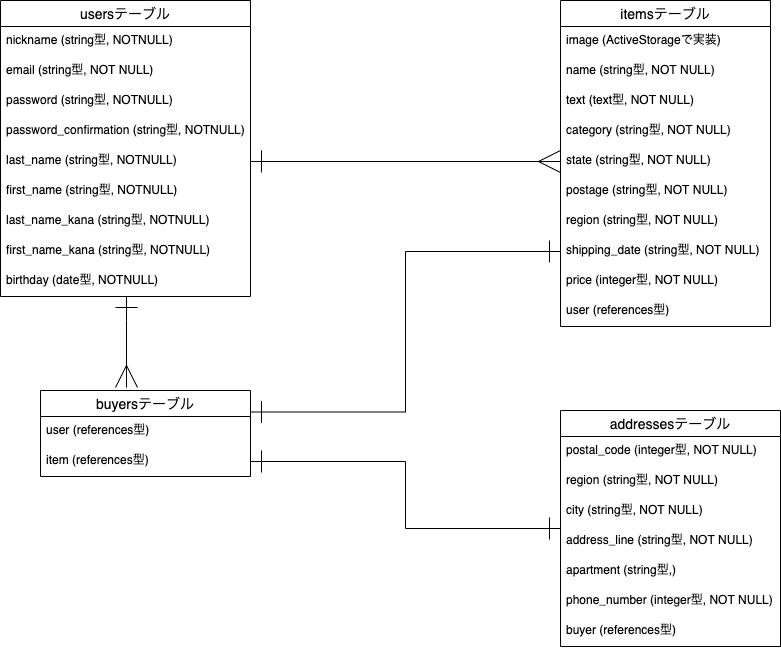
This is .drawio.png from ginpen1/furima-34780, a draw.io export, as it was before one commit. Source tidied: cells renumbered, new cells last; positions are measured from the earlier drawing's top-left corner, leaving out a move shared by most shapes.
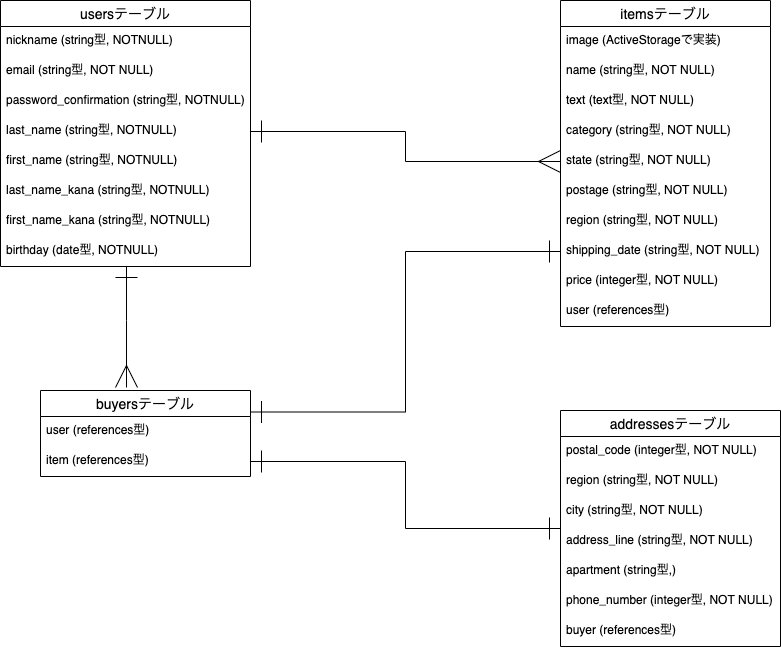
The same file after the commit.

Commit message:
passwordカラムをencrypted_passwordカラムに変更

Diff of the diagram source:
```diff
@@ -12,7 +12,7 @@
       </mxGeometry>
     </mxCell>
     <mxCell id="3" value="usersテーブル" style="swimlane;fontStyle=0;horizontal=1;startSize=26;align=center;fontSize=14;" parent="1" vertex="1">
-      <mxGeometry width="250" height="296" as="geometry" />
+      <mxGeometry width="250" height="266" as="geometry" />
     </mxCell>
     <mxCell id="4" value="nickname (string型, NOTNULL)" style="text;strokeColor=none;fillColor=none;spacingLeft=4;spacingRight=4;overflow=hidden;fontSize=12;" parent="3" vertex="1">
       <mxGeometry y="26" width="250" height="30" as="geometry" />
@@ -20,26 +20,23 @@
     <mxCell id="5" value="email (string型, NOT NULL)" style="text;strokeColor=none;fillColor=none;spacingLeft=4;spacingRight=4;overflow=hidden;fontSize=12;" parent="3" vertex="1">
       <mxGeometry y="56" width="250" height="30" as="geometry" />
     </mxCell>
-    <mxCell id="6" value="password (string型, NOTNULL)" style="text;strokeColor=none;fillColor=none;spacingLeft=4;spacingRight=4;overflow=hidden;fontSize=12;" parent="3" vertex="1">
-      <mxGeometry y="86" width="250" height="30" as="geometry" />
-    </mxCell>
     <mxCell id="7" value="password_confirmation (string型, NOTNULL)" style="text;strokeColor=none;fillColor=none;spacingLeft=4;spacingRight=4;overflow=hidden;fontSize=12;" parent="3" vertex="1">
-      <mxGeometry y="116" width="250" height="30" as="geometry" />
+      <mxGeometry y="86" width="250" height="30" as="geometry" />
     </mxCell>
     <mxCell id="8" value="last_name (string型, NOTNULL)" style="text;strokeColor=none;fillColor=none;spacingLeft=4;spacingRight=4;overflow=hidden;points=[[0,0.5],[1,0.5]];portConstraint=eastwest;fontSize=12;" parent="3" vertex="1">
-      <mxGeometry y="146" width="250" height="30" as="geometry" />
+      <mxGeometry y="116" width="250" height="30" as="geometry" />
     </mxCell>
     <mxCell id="9" value="first_name (string型, NOTNULL)" style="text;strokeColor=none;fillColor=none;spacingLeft=4;spacingRight=4;overflow=hidden;fontSize=12;" parent="3" vertex="1">
-      <mxGeometry y="176" width="250" height="30" as="geometry" />
+      <mxGeometry y="146" width="250" height="30" as="geometry" />
     </mxCell>
     <mxCell id="10" value="last_name_kana (string型, NOTNULL)" style="text;strokeColor=none;fillColor=none;spacingLeft=4;spacingRight=4;overflow=hidden;fontSize=12;" parent="3" vertex="1">
-      <mxGeometry y="206" width="250" height="30" as="geometry" />
+      <mxGeometry y="176" width="250" height="30" as="geometry" />
     </mxCell>
     <mxCell id="11" value="first_name_kana (string型, NOTNULL)" style="text;strokeColor=none;fillColor=none;spacingLeft=4;spacingRight=4;overflow=hidden;fontSize=12;" parent="3" vertex="1">
-      <mxGeometry y="236" width="250" height="30" as="geometry" />
+      <mxGeometry y="206" width="250" height="30" as="geometry" />
     </mxCell>
     <mxCell id="12" value="birthday (date型, NOTNULL)" style="text;strokeColor=none;fillColor=none;spacingLeft=4;spacingRight=4;overflow=hidden;fontSize=12;" parent="3" vertex="1">
-      <mxGeometry y="266" width="250" height="30" as="geometry" />
+      <mxGeometry y="236" width="250" height="30" as="geometry" />
     </mxCell>
     <mxCell id="13" value="itemsテーブル" style="swimlane;fontStyle=0;horizontal=1;startSize=26;align=center;fontSize=14;" parent="1" vertex="1">
       <mxGeometry x="560" width="210" height="326" as="geometry" />
```
